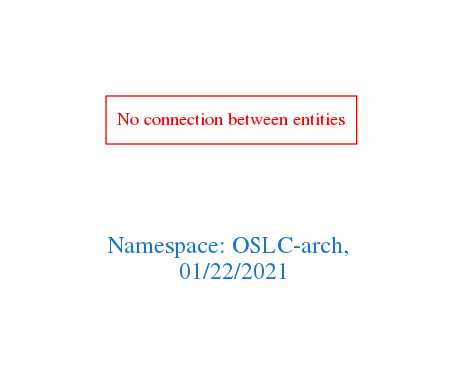
Above: downloads/OSLC-arch.png in arago/OGIT (Graphviz), before the change. Its source is kept beside it as downloads/OSLC-arch.dot. The source it was exported from:
```dot
digraph OGIT_ontology {
 graph [ rankdir= LR,pad=1
fontsize = 18,
fontcolor= dodgerblue3,label = "\n\n\nNamespace: OSLC-arch, \n 01/22/2021"];
node[shape=polygon];
edge [  color="gray81"];

"No connection between entities" [fontcolor = "red",color="red", shape="polygon"]
}
```
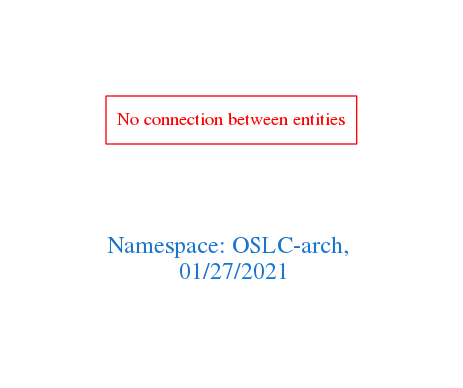
The same file after the commit.

Diff of the diagram source:
```diff
@@ -1,7 +1,7 @@
 digraph OGIT_ontology {
  graph [ rankdir= LR,pad=1
 fontsize = 18,
-fontcolor= dodgerblue3,label = "\n\n\nNamespace: OSLC-arch, \n 01/22/2021"];
+fontcolor= dodgerblue3,label = "\n\n\nNamespace: OSLC-arch, \n 01/27/2021"];
 node[shape=polygon];
 edge [  color="gray81"];
 
```
